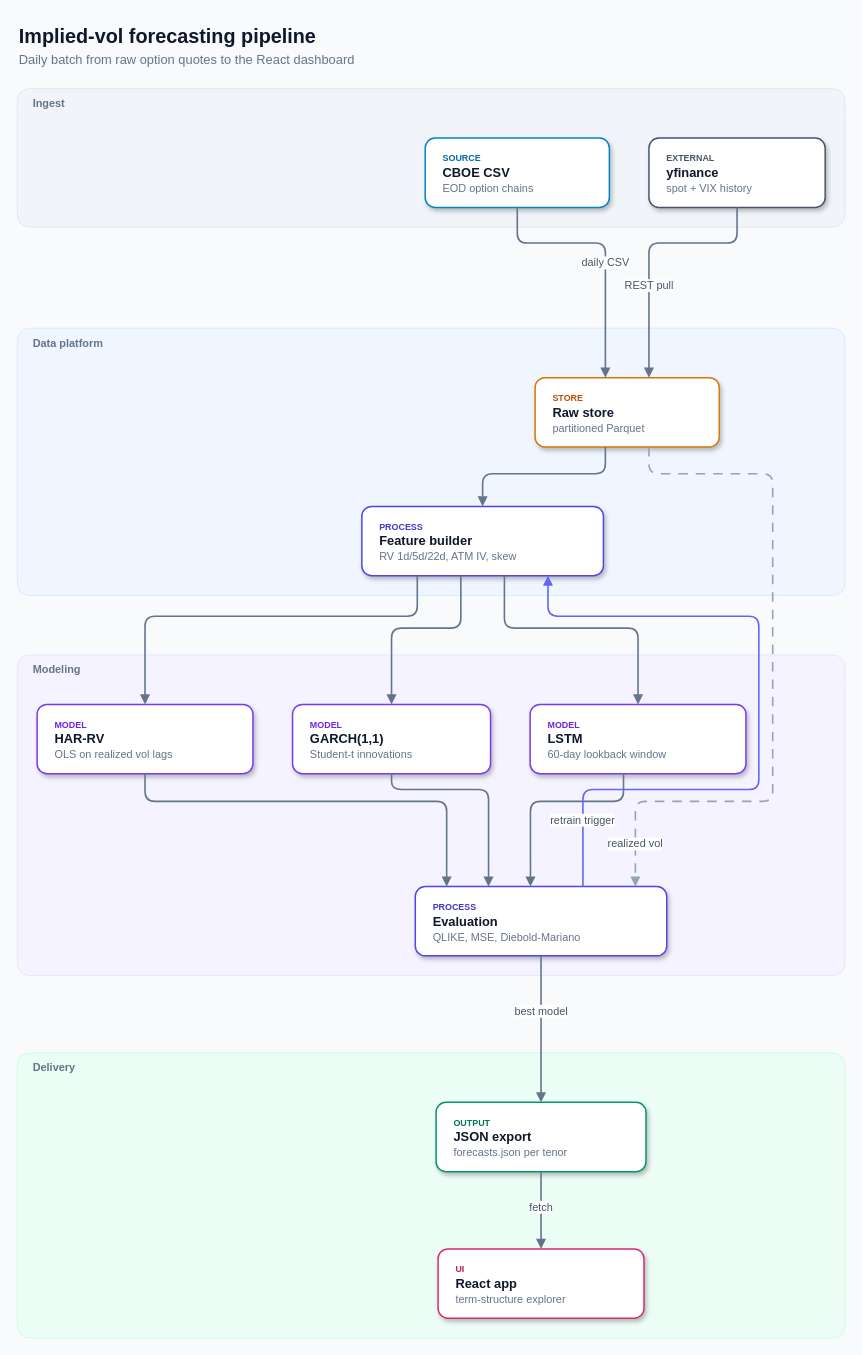
rajib2k5/vol-diagram-kit keeps this draw.io diagram as examples/out/iv_forecast_pipeline.drawio. Above is the earlier version. Source tidied: cells renumbered, new cells numbered last; positions are measured from the earlier drawing's top-left corner, leaving out a move shared by most shapes. Both pictures are drawn from the tidied source at 99%, with x=0, y=0 at pixel (17, 17).
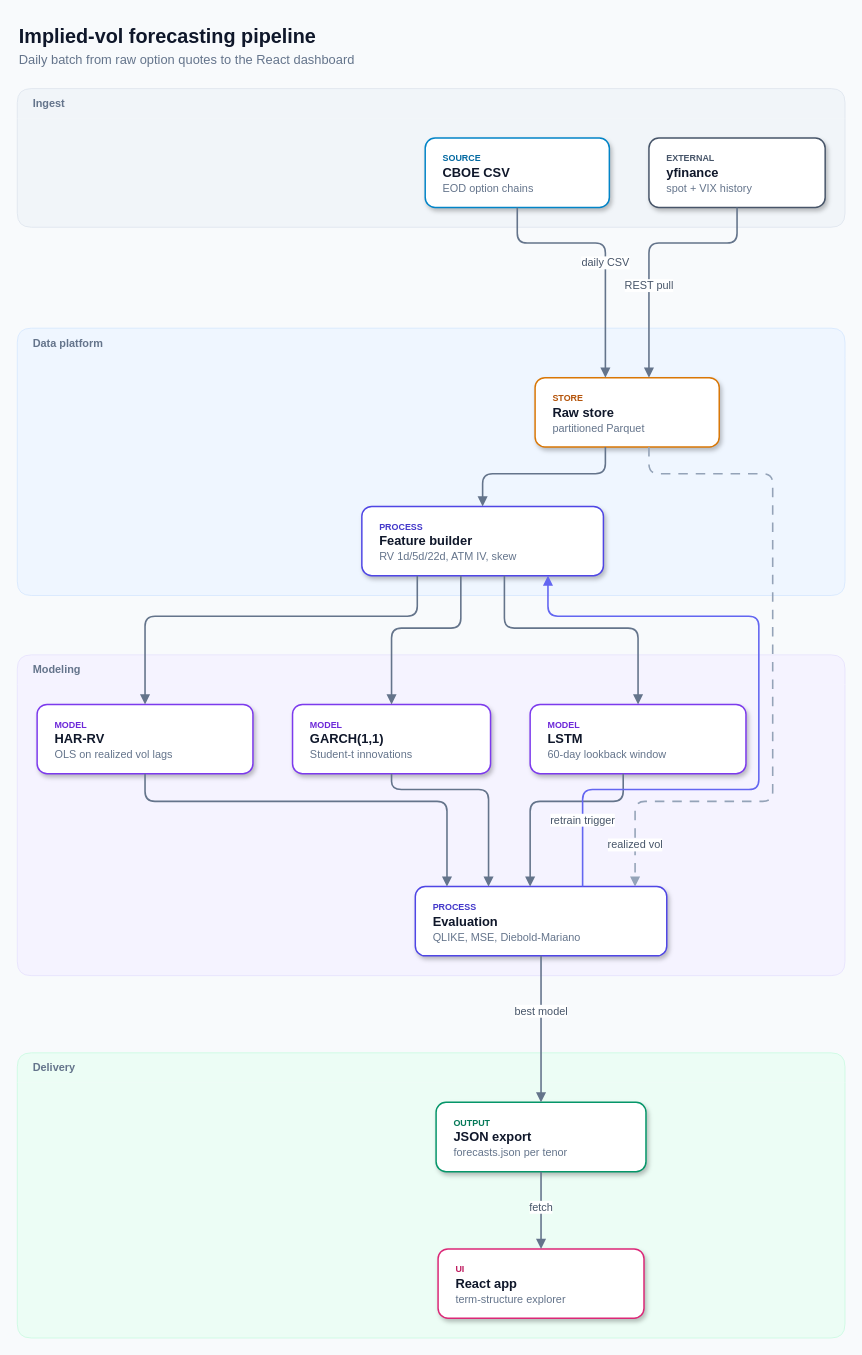
Above is the later version.

Unchanged cells that the change refers to:
```xml
<mxCell id="10" value="&lt;font style=&quot;font-size:9px&quot; color=&quot;#B45309&quot;&gt;&lt;b&gt;STORE&lt;/b&gt;&lt;/font&gt;&lt;br&gt;&lt;b&gt;Raw store&lt;/b&gt;&lt;br&gt;&lt;font style=&quot;font-size:11px&quot; color=&quot;#64748B&quot;&gt;partitioned Parquet&lt;/font&gt;" style="rounded=1;whiteSpace=wrap;html=1;absoluteArcSize=1;arcSize=20;fillColor=#FFFFFF;strokeColor=#D97706;strokeWidth=1.5;fontColor=#0F172A;fontSize=13;fontFamily=Helvetica;align=left;spacingLeft=16;verticalAlign=middle;shadow=1;" parent="5" vertex="1">
  <mxGeometry x="523" y="50" width="186" height="70" as="geometry" />
</mxCell>
<mxCell id="11" value="&lt;font style=&quot;font-size:9px&quot; color=&quot;#4338CA&quot;&gt;&lt;b&gt;PROCESS&lt;/b&gt;&lt;/font&gt;&lt;br&gt;&lt;b&gt;Feature builder&lt;/b&gt;&lt;br&gt;&lt;font style=&quot;font-size:11px&quot; color=&quot;#64748B&quot;&gt;RV 1d/5d/22d, ATM IV, skew&lt;/font&gt;" style="rounded=1;whiteSpace=wrap;html=1;absoluteArcSize=1;arcSize=20;fillColor=#FFFFFF;strokeColor=#4F46E5;strokeWidth=1.5;fontColor=#0F172A;fontSize=13;fontFamily=Helvetica;align=left;spacingLeft=16;verticalAlign=middle;shadow=1;" parent="5" vertex="1">
  <mxGeometry x="348" y="180" width="244" height="70" as="geometry" />
</mxCell>
<mxCell id="12" value="&lt;font style=&quot;font-size:9px&quot; color=&quot;#6D28D9&quot;&gt;&lt;b&gt;MODEL&lt;/b&gt;&lt;/font&gt;&lt;br&gt;&lt;b&gt;HAR-RV&lt;/b&gt;&lt;br&gt;&lt;font style=&quot;font-size:11px&quot; color=&quot;#64748B&quot;&gt;OLS on realized vol lags&lt;/font&gt;" style="rounded=1;whiteSpace=wrap;html=1;absoluteArcSize=1;arcSize=20;fillColor=#FFFFFF;strokeColor=#7C3AED;strokeWidth=1.5;fontColor=#0F172A;fontSize=13;fontFamily=Helvetica;align=left;spacingLeft=16;verticalAlign=middle;shadow=1;" parent="6" vertex="1">
  <mxGeometry x="20" y="50" width="218" height="70" as="geometry" />
</mxCell>
<mxCell id="14" value="&lt;font style=&quot;font-size:9px&quot; color=&quot;#6D28D9&quot;&gt;&lt;b&gt;MODEL&lt;/b&gt;&lt;/font&gt;&lt;br&gt;&lt;b&gt;LSTM&lt;/b&gt;&lt;br&gt;&lt;font style=&quot;font-size:11px&quot; color=&quot;#64748B&quot;&gt;60-day lookback window&lt;/font&gt;" style="rounded=1;whiteSpace=wrap;html=1;absoluteArcSize=1;arcSize=20;fillColor=#FFFFFF;strokeColor=#7C3AED;strokeWidth=1.5;fontColor=#0F172A;fontSize=13;fontFamily=Helvetica;align=left;spacingLeft=16;verticalAlign=middle;shadow=1;" parent="6" vertex="1">
  <mxGeometry x="518" y="50" width="218" height="70" as="geometry" />
</mxCell>
<mxCell id="15" value="&lt;font style=&quot;font-size:9px&quot; color=&quot;#4338CA&quot;&gt;&lt;b&gt;PROCESS&lt;/b&gt;&lt;/font&gt;&lt;br&gt;&lt;b&gt;Evaluation&lt;/b&gt;&lt;br&gt;&lt;font style=&quot;font-size:11px&quot; color=&quot;#64748B&quot;&gt;QLIKE, MSE, Diebold-Mariano&lt;/font&gt;" style="rounded=1;whiteSpace=wrap;html=1;absoluteArcSize=1;arcSize=20;fillColor=#FFFFFF;strokeColor=#4F46E5;strokeWidth=1.5;fontColor=#0F172A;fontSize=13;fontFamily=Helvetica;align=left;spacingLeft=16;verticalAlign=middle;shadow=1;" parent="6" vertex="1">
  <mxGeometry x="402" y="234" width="254" height="70" as="geometry" />
</mxCell>
```

What changed in the source:
```diff
@@
-    <mxCell id="24" style="edgeStyle=none;rounded=1;html=1;endArrow=block;endFill=1;strokeColor=#64748B;strokeWidth=1.6;fontSize=11;fontColor=#475569;fontFamily=Helvetica;endSize=6;labelBackgroundColor=#FFFFFF;exitX=0.5;exitY=1;exitDx=0;exitDy=0;entryX=0.1247;entryY=0;entryDx=0;entryDy=0;" parent="1" edge="1" source="12" target="15">
+    <mxCell id="24" style="edgeStyle=none;rounded=1;html=1;endArrow=block;endFill=1;strokeColor=#64748B;strokeWidth=1.6;fontSize=11;fontColor=#475569;fontFamily=Helvetica;endSize=6;labelBackgroundColor=#FFFFFF;exitX=0.5;exitY=1;exitDx=0;exitDy=0;entryX=0.126;entryY=0;entryDx=0;entryDy=0;" parent="1" edge="1" source="12" target="15">
       <mxGeometry relative="1" as="geometry">
         <Array as="points">
           <mxPoint x="129" y="792" />
-          <mxPoint x="433.7" y="792" />
+          <mxPoint x="434" y="792" />
         </Array>
       </mxGeometry>
     </mxCell>
@@
-    <mxCell id="26" style="edgeStyle=none;rounded=1;html=1;endArrow=block;endFill=1;strokeColor=#64748B;strokeWidth=1.6;fontSize=11;fontColor=#475569;fontFamily=Helvetica;endSize=6;labelBackgroundColor=#FFFFFF;exitX=0.4327;exitY=1;exitDx=0;exitDy=0;entryX=0.458;entryY=0;entryDx=0;entryDy=0;" parent="1" edge="1" source="14" target="15">
+    <mxCell id="26" style="edgeStyle=none;rounded=1;html=1;endArrow=block;endFill=1;strokeColor=#64748B;strokeWidth=1.6;fontSize=11;fontColor=#475569;fontFamily=Helvetica;endSize=6;labelBackgroundColor=#FFFFFF;exitX=0.4312;exitY=1;exitDx=0;exitDy=0;entryX=0.4567;entryY=0;entryDx=0;entryDy=0;" parent="1" edge="1" source="14" target="15">
       <mxGeometry relative="1" as="geometry">
         <Array as="points">
-          <mxPoint x="612.3" y="792" />
-          <mxPoint x="518.3" y="792" />
+          <mxPoint x="612" y="792" />
+          <mxPoint x="518" y="792" />
         </Array>
       </mxGeometry>
     </mxCell>
-    <mxCell id="27" value="realized vol" style="edgeStyle=none;rounded=1;html=1;endArrow=block;endFill=1;strokeColor=#94A3B8;strokeWidth=1.6;fontSize=11;fontColor=#475569;fontFamily=Helvetica;endSize=6;labelBackgroundColor=#FFFFFF;dashed=1;dashPattern=6 5;exitX=0.6183;exitY=1;exitDx=0;exitDy=0;entryX=0.8753;entryY=0;entryDx=0;entryDy=0;" parent="1" edge="1" source="10" target="15">
+    <mxCell id="27" value="realized vol" style="edgeStyle=none;rounded=1;html=1;endArrow=block;endFill=1;strokeColor=#94A3B8;strokeWidth=1.6;fontSize=11;fontColor=#475569;fontFamily=Helvetica;endSize=6;labelBackgroundColor=#FFFFFF;dashed=1;dashPattern=6 5;exitX=0.6183;exitY=1;exitDx=0;exitDy=0;entryX=0.874;entryY=0;entryDx=0;entryDy=0;" parent="1" edge="1" source="10" target="15">
       <mxGeometry x="0.88" relative="1" as="geometry">
         <Array as="points">
           <mxPoint x="638" y="461" />
           <mxPoint x="763" y="461" />
           <mxPoint x="763" y="792" />
-          <mxPoint x="624.3" y="792" />
+          <mxPoint x="624" y="792" />
         </Array>
       </mxGeometry>
     </mxCell>
@@
-    <mxCell id="30" value="retrain trigger" style="edgeStyle=none;rounded=1;html=1;endArrow=block;endFill=1;strokeColor=#6366F1;strokeWidth=1.6;fontSize=11;fontColor=#475569;fontFamily=Helvetica;endSize=6;labelBackgroundColor=#FFFFFF;exitX=0.6667;exitY=0;exitDx=0;exitDy=0;entryX=0.7705;entryY=1;entryDx=0;entryDy=0;" parent="1" edge="1" source="15" target="11">
+    <mxCell id="30" value="retrain trigger" style="edgeStyle=none;rounded=1;html=1;endArrow=block;endFill=1;strokeColor=#6366F1;strokeWidth=1.6;fontSize=11;fontColor=#475569;fontFamily=Helvetica;endSize=6;labelBackgroundColor=#FFFFFF;exitX=0.6654;exitY=0;exitDx=0;exitDy=0;entryX=0.7705;entryY=1;entryDx=0;entryDy=0;" parent="1" edge="1" source="15" target="11">
       <mxGeometry x="-0.81" relative="1" as="geometry">
         <Array as="points">
-          <mxPoint x="571.3" y="780" />
+          <mxPoint x="571" y="780" />
           <mxPoint x="749" y="780" />
           <mxPoint x="749" y="605" />
           <mxPoint x="536" y="605" />
         </Array>
       </mxGeometry>
     </mxCell>
```
